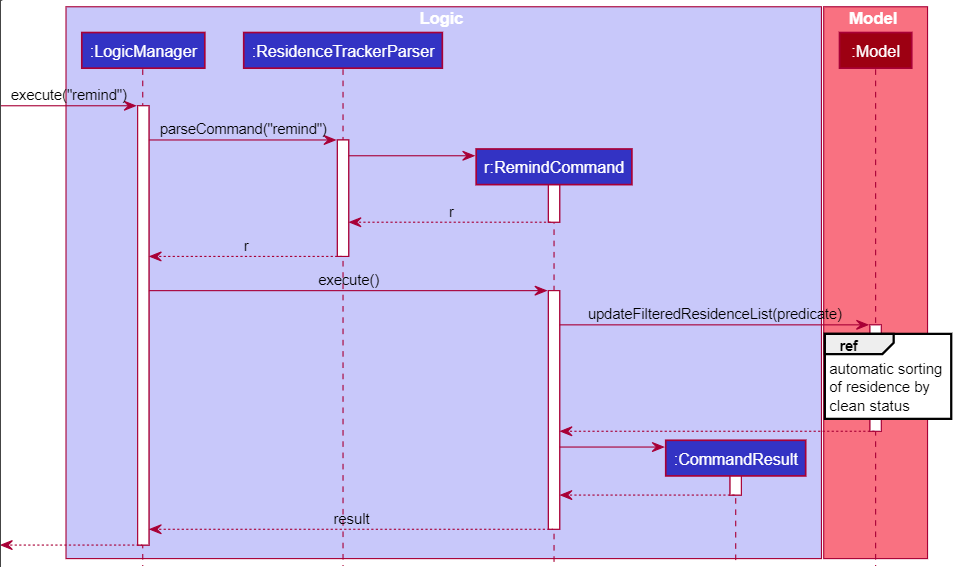
The PlantUML diagram docs/images/RemindSequenceDiagram.png in nus-cs2103-AY2021S2/tp, before a commit. Its source is kept beside it as docs/diagrams/RemindSequenceDiagram.puml. Its diagram source:
```plantuml
@startuml
!include style.puml

box Logic LOGIC_COLOR_T1
participant ":LogicManager" as LogicManager LOGIC_COLOR
participant ":ResidenceTrackerParser" as ResidenceTrackerParser LOGIC_COLOR
participant "r:RemindCommand" as RemindCommand LOGIC_COLOR
participant ":CommandResult" as CommandResult LOGIC_COLOR
end box

box Model MODEL_COLOR_T1
participant ":Model" as Model MODEL_COLOR
end box

[-> LogicManager : execute("remind")
activate LogicManager

LogicManager -> ResidenceTrackerParser : parseCommand("remind")
activate ResidenceTrackerParser

create RemindCommand
ResidenceTrackerParser -> RemindCommand
activate RemindCommand

RemindCommand --> ResidenceTrackerParser : r
deactivate RemindCommand

ResidenceTrackerParser --> LogicManager : r
deactivate ResidenceTrackerParser

LogicManager -> RemindCommand : execute()
activate RemindCommand

RemindCommand -> Model : updateFilteredResidenceList(predicate)
activate Model

ref over Model
    automatic sorting
    of residence by
    clean status
end ref

Model --> RemindCommand
deactivate Model

create CommandResult
RemindCommand -> CommandResult
activate CommandResult

CommandResult --> RemindCommand
deactivate CommandResult

RemindCommand --> LogicManager : result
deactivate RemindCommand


[<--LogicManager
deactivate LogicManager
@enduml
```
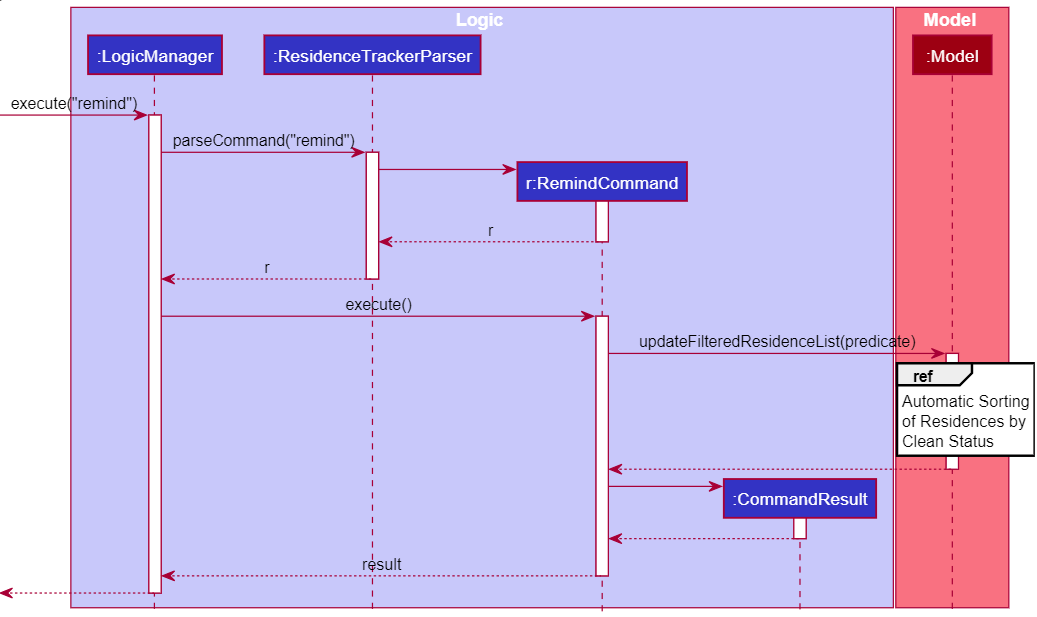
Later version of the same file.

What changed in the source:
```diff
@@ -35,9 +35,9 @@
 activate Model
 
 ref over Model
-    automatic sorting
-    of residence by
-    clean status
+    Automatic Sorting
+    of Residences by
+    Clean Status
 end ref
 
 Model --> RemindCommand
```
